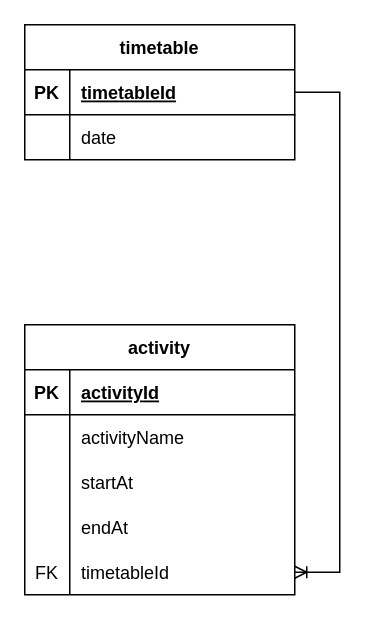
This is backend/DB_diagrams/diagram.drawio from PavKiki/Tracking-the-activity-of-children-in-field-camps, a draw.io file, before an edit. Source tidied: cells renumbered, new cells numbered last; positions are measured from the earlier drawing's top-left corner, leaving out a move shared by most shapes. Both pictures are drawn from the tidied source at 150%, with x=0, y=0 at pixel (24, 24).
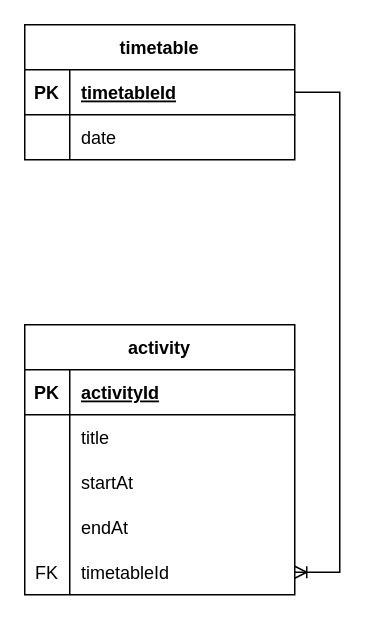
Above is the later version.

The change refers to these unchanged cells:
```xml
<mxCell id="13" style="shape=tableRow;horizontal=0;startSize=0;swimlaneHead=0;swimlaneBody=0;fillColor=none;top=0;left=0;right=0;bottom=0;" parent="9" vertex="1">
  <mxGeometry y="60" width="180" height="30" as="geometry" />
</mxCell>
```

Change to the diagram source:
```diff
@@
-    <mxCell id="15" value="activityName" style="shape=partialRectangle;fillColor=none;top=0;left=0;bottom=0;right=0;align=left;spacingLeft=6;overflow=hidden;" parent="13" vertex="1">
+    <mxCell id="15" value="title" style="shape=partialRectangle;fillColor=none;top=0;left=0;bottom=0;right=0;align=left;spacingLeft=6;overflow=hidden;" parent="13" vertex="1">
       <mxGeometry x="30" width="150" height="30" as="geometry" />
     </mxCell>
```
